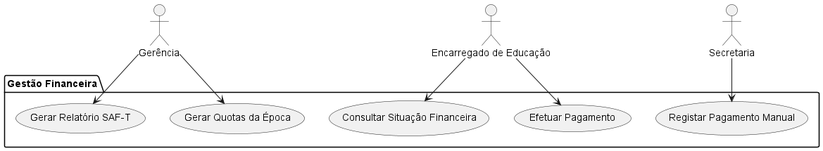
Before: Relatorio/RelatorioFinal/images/casos_uso_financeira.png, a diagram exported from PlantUML (MartiGames8899/LI4).
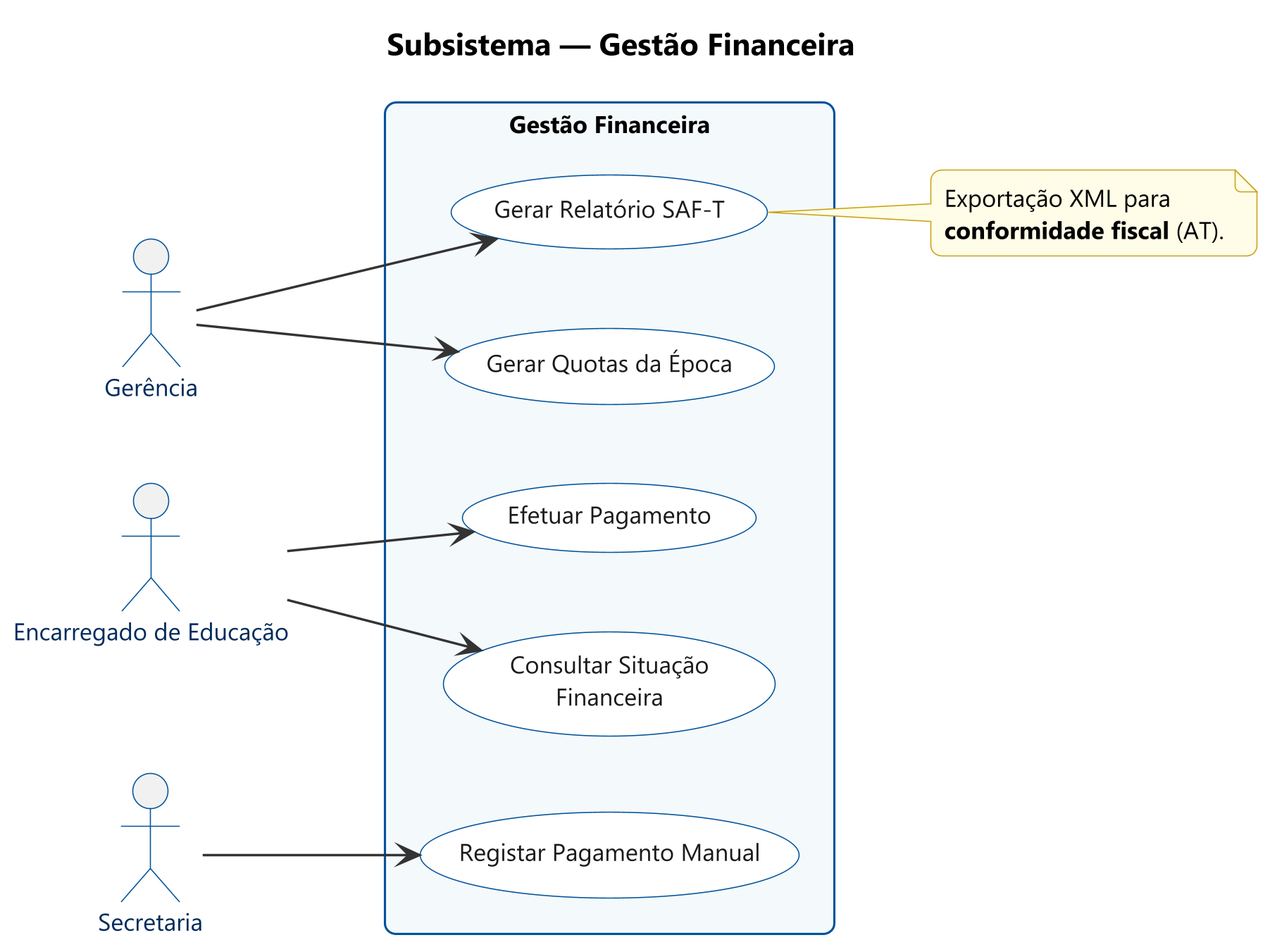
After the change.

Change to the diagram source:
```diff
@@ -1,18 +1,19 @@
 @startuml casos_uso_financeira
+!include _cap_skin.puml
+title Subsistema — Gestão Financeira
 
-skinparam monochrome true
-skinparam shadowing false
+left to right direction
 
-actor "Gerência" as G
+actor Gerência as G
 actor "Encarregado de Educação" as EE
-actor "Secretaria" as S
+actor Secretaria as S
 
-package "Gestão Financeira" {
-    usecase "Gerar Quotas da Época" as UC1
-    usecase "Efetuar Pagamento" as UC2
-    usecase "Registar Pagamento Manual" as UC3
-    usecase "Gerar Relatório SAF-T" as UC4
-    usecase "Consultar Situação Financeira" as UC5
+rectangle "Gestão Financeira" {
+  usecase "Gerar Quotas da Época" as UC1
+  usecase "Efetuar Pagamento" as UC2
+  usecase "Registar Pagamento Manual" as UC3
+  usecase "Gerar Relatório SAF-T" as UC4
+  usecase "Consultar Situação\nFinanceira" as UC5
 }
 
 G --> UC1
@@ -21,4 +22,9 @@
 EE --> UC5
 S --> UC3
 
+note right of UC4
+  Exportação XML para
+  **conformidade fiscal** (AT).
+end note
+
 @enduml
```
